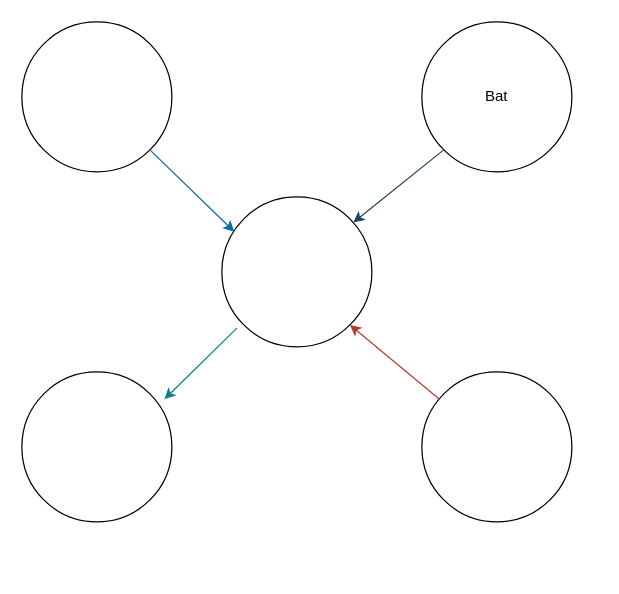
The draw.io diagram XML/CursoFlowCharting-Flujo-Nodos-KitSolar.drawio.xml in GATORU-ACADEMY/Curso-FlowCharting-Principiante-2023, before the edit. Source tidied: cells renumbered, new cells numbered last; positions are measured from the earlier drawing's top-left corner, leaving out a move shared by most shapes. Both pictures are drawn from the tidied source at 125%, with x=0, y=0 at pixel (21, 21).
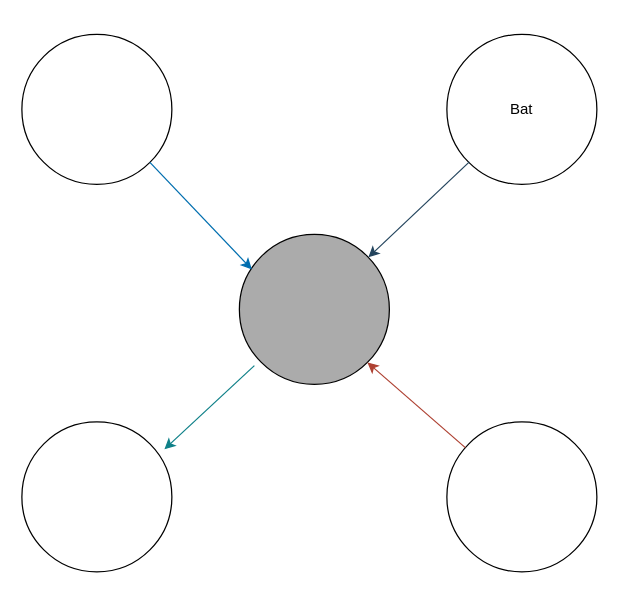
Above is the later version.

Change to the diagram source:
```diff
@@
 <mxGraphModel>
   <root>
     <mxCell id="0" />
     <mxCell id="1" parent="0" />
-    <mxCell id="2" style="ellipse;whiteSpace=wrap;html=1;" parent="1" vertex="1">
-      <mxGeometry x="160" y="140" width="120" height="120" as="geometry" />
+    <mxCell id="2" style="ellipse;whiteSpace=wrap;html=1;fillColor=#ababab;" parent="1" vertex="1">
+      <mxGeometry x="174" y="170" width="120" height="120" as="geometry" />
     </mxCell>
-    <mxCell id="3" style="ellipse;whiteSpace=wrap;html=1;" parent="1" vertex="1">
-      <mxGeometry y="280" width="120" height="120" as="geometry" />
+    <mxCell id="3" style="ellipse;whiteSpace=wrap;html=1;fillColor=none;" parent="1" vertex="1">
+      <mxGeometry y="320" width="120" height="120" as="geometry" />
     </mxCell>
-    <mxCell id="4" style="ellipse;whiteSpace=wrap;html=1;" parent="1" vertex="1">
-      <mxGeometry x="320" y="280" width="120" height="120" as="geometry" />
+    <mxCell id="4" style="ellipse;whiteSpace=wrap;html=1;fillColor=default;" parent="1" vertex="1">
+      <mxGeometry x="340" y="320" width="120" height="120" as="geometry" />
     </mxCell>
-    <mxCell id="5" style="ellipse;whiteSpace=wrap;html=1;fillColor=default;fillOpacity=100;" parent="1" vertex="1">
-      <mxGeometry width="120" height="120" as="geometry" />
+    <mxCell id="5" style="ellipse;whiteSpace=wrap;html=1;fillColor=none;fillOpacity=100;" parent="1" vertex="1">
+      <mxGeometry y="10" width="120" height="120" as="geometry" />
     </mxCell>
     <mxCell id="6" value="Bat" style="ellipse;whiteSpace=wrap;html=1;snapToPoint=1;fillColor=none;" parent="1" vertex="1">
-      <mxGeometry x="320" width="120" height="120" as="geometry" />
+      <mxGeometry x="340" y="10" width="120" height="120" as="geometry" />
     </mxCell>
     <mxCell id="7" style="endArrow=classic;html=1;rounded=0;exitX=1;exitY=1;exitDx=0;exitDy=0;entryX=0.083;entryY=0.233;entryDx=0;entryDy=0;entryPerimeter=0;flowAnimation=1;fillColor=#1ba1e2;strokeColor=#006EAF;" parent="1" edge="1" source="5" target="2">
       <mxGeometry relative="1" as="geometry" />
     </mxCell>
     <mxCell id="8" style="endArrow=classic;html=1;rounded=0;flowAnimation=1;fillColor=#bac8d3;strokeColor=#23445d;" parent="1" edge="1" source="6" target="2">
       <mxGeometry relative="1" as="geometry" />
     </mxCell>
     <mxCell id="9" style="endArrow=classic;html=1;rounded=0;exitX=0.1;exitY=0.875;exitDx=0;exitDy=0;exitPerimeter=0;entryX=0.95;entryY=0.183;entryDx=0;entryDy=0;entryPerimeter=0;fillColor=#b0e3e6;strokeColor=#0e8088;" parent="1" edge="1" source="2" target="3">
       <mxGeometry relative="1" as="geometry" />
     </mxCell>
     <mxCell id="10" style="endArrow=classic;html=1;rounded=0;entryX=1;entryY=1;entryDx=0;entryDy=0;fillColor=#fad9d5;strokeColor=#ae4132;" parent="1" edge="1" source="4" target="2">
       <mxGeometry relative="1" as="geometry" />
     </mxCell>
   </root>
 </mxGraphModel>
```
